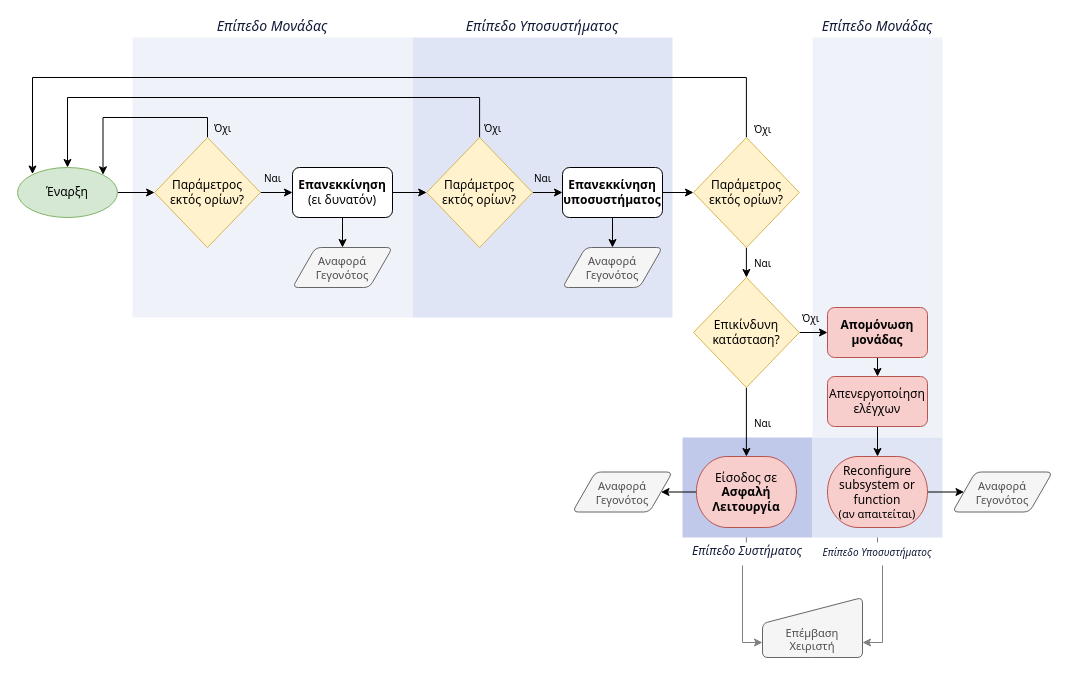
The draw.io diagram diagrams/FDIRgeneric-el.drawio in kongr45gpen/thesis-latex, before the edit. Source tidied: cells renumbered, new cells numbered last; positions are measured from the earlier drawing's top-left corner, leaving out a move shared by most shapes. Both pictures are drawn from the tidied source at 100%, with x=0, y=0 at pixel (17, 37).
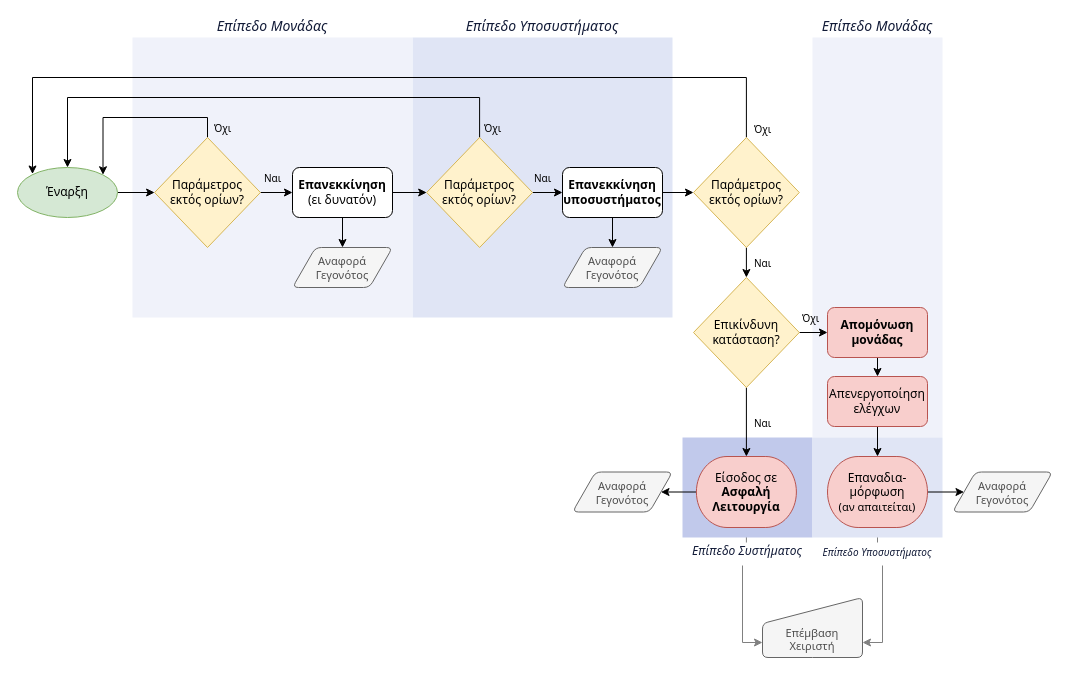
After the change.

Diff of the diagram source:
```diff
@@
-    <mxCell id="33" value="&lt;div&gt;Reconfigure subsystem or&lt;/div&gt;&lt;div&gt;function&lt;br&gt;&lt;/div&gt;&lt;div&gt;&lt;font style=&quot;font-size: 11px&quot;&gt;(αν απαιτείται)&lt;/font&gt;&lt;br&gt;&lt;/div&gt;" style="strokeWidth=1;html=1;shape=mxgraph.flowchart.terminator;whiteSpace=wrap;fontFamily=Noto Sans;align=center;fillColor=#f8cecc;strokeColor=#b85450;" parent="1" vertex="1">
+    <mxCell id="33" value="Επαναδια-μόρφωση&lt;br&gt;&lt;div&gt;&lt;font style=&quot;font-size: 11px&quot;&gt;(αν απαιτείται)&lt;/font&gt;&lt;br&gt;&lt;/div&gt;" style="strokeWidth=1;html=1;shape=mxgraph.flowchart.terminator;whiteSpace=wrap;fontFamily=Noto Sans;align=center;fillColor=#f8cecc;strokeColor=#b85450;" parent="1" vertex="1">
       <mxGeometry x="810" y="419" width="100" height="71" as="geometry" />
     </mxCell>
```
